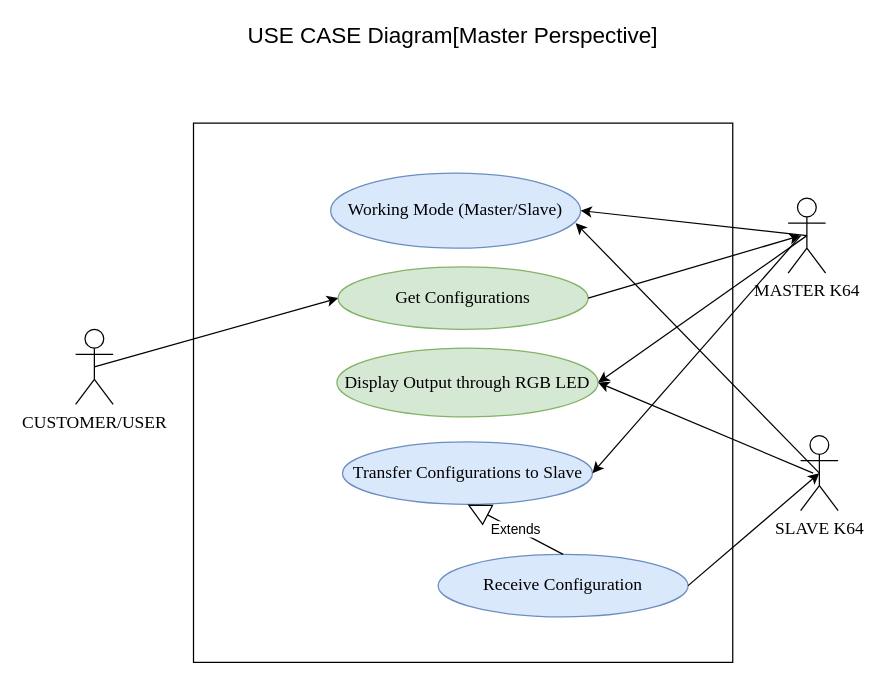
francis-job/BLOCK_DIAGRAMS keeps this draw.io diagram as LARA_usecase.drawio. Above is the earlier version. Source tidied: cells renumbered, new cells numbered last; positions are measured from the earlier drawing's top-left corner, leaving out a move shared by most shapes. Both pictures are drawn from the tidied source at 125%, with x=0, y=0 at pixel (75, 22).
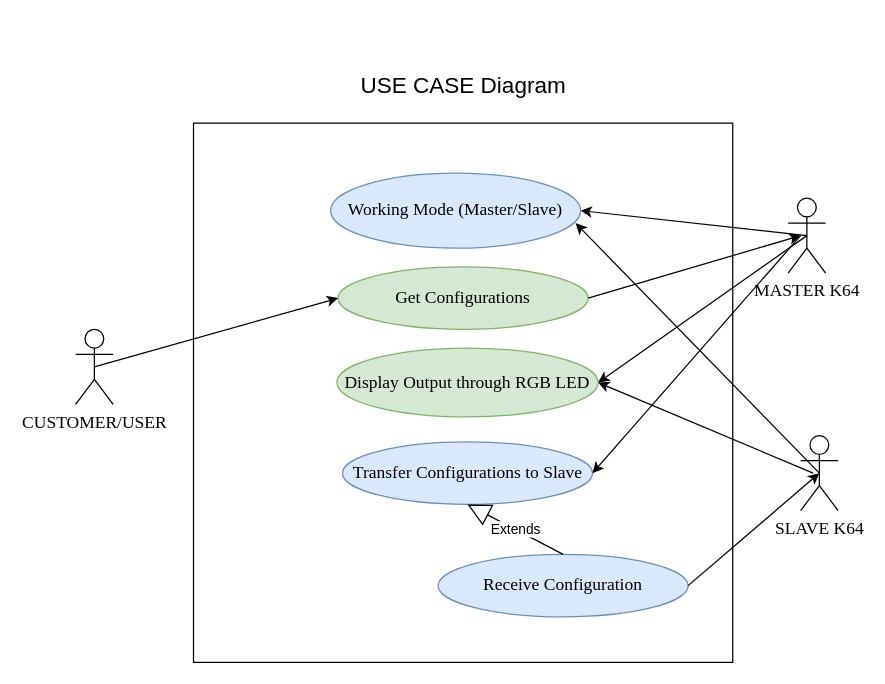
After the change.

Diff of the diagram source:
```diff
@@
-    <mxCell id="10" value="&lt;font style=&quot;font-size: 18px&quot;&gt;USE CASE Diagram[Master Perspective]&amp;nbsp;&lt;/font&gt;" style="text;html=1;align=center;verticalAlign=middle;" parent="1" vertex="1">
-      <mxGeometry x="129" width="350" height="20" as="geometry" />
+    <mxCell id="10" value="&lt;font style=&quot;font-size: 18px&quot;&gt;USE CASE Diagram&lt;/font&gt;" style="text;html=1;align=center;verticalAlign=middle;" parent="1" vertex="1">
+      <mxGeometry x="220" y="40" width="180" height="20" as="geometry" />
     </mxCell>
```
